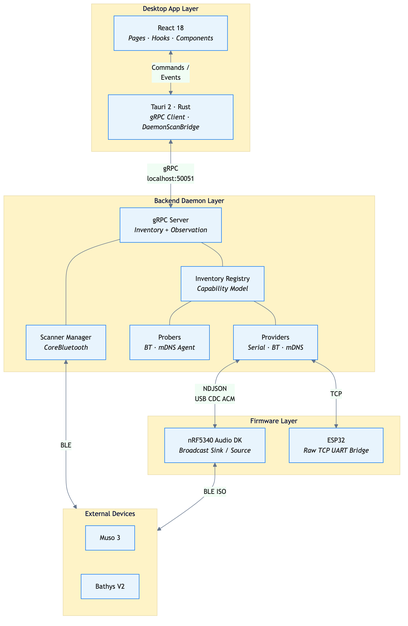
digimap2000/auracle keeps this Mermaid diagram as docs/diagrams/ARCH-1-layered-architecture.png. Above is the earlier version. Its source is kept beside it as docs/diagrams/ARCH-1-layered-architecture.mmd.
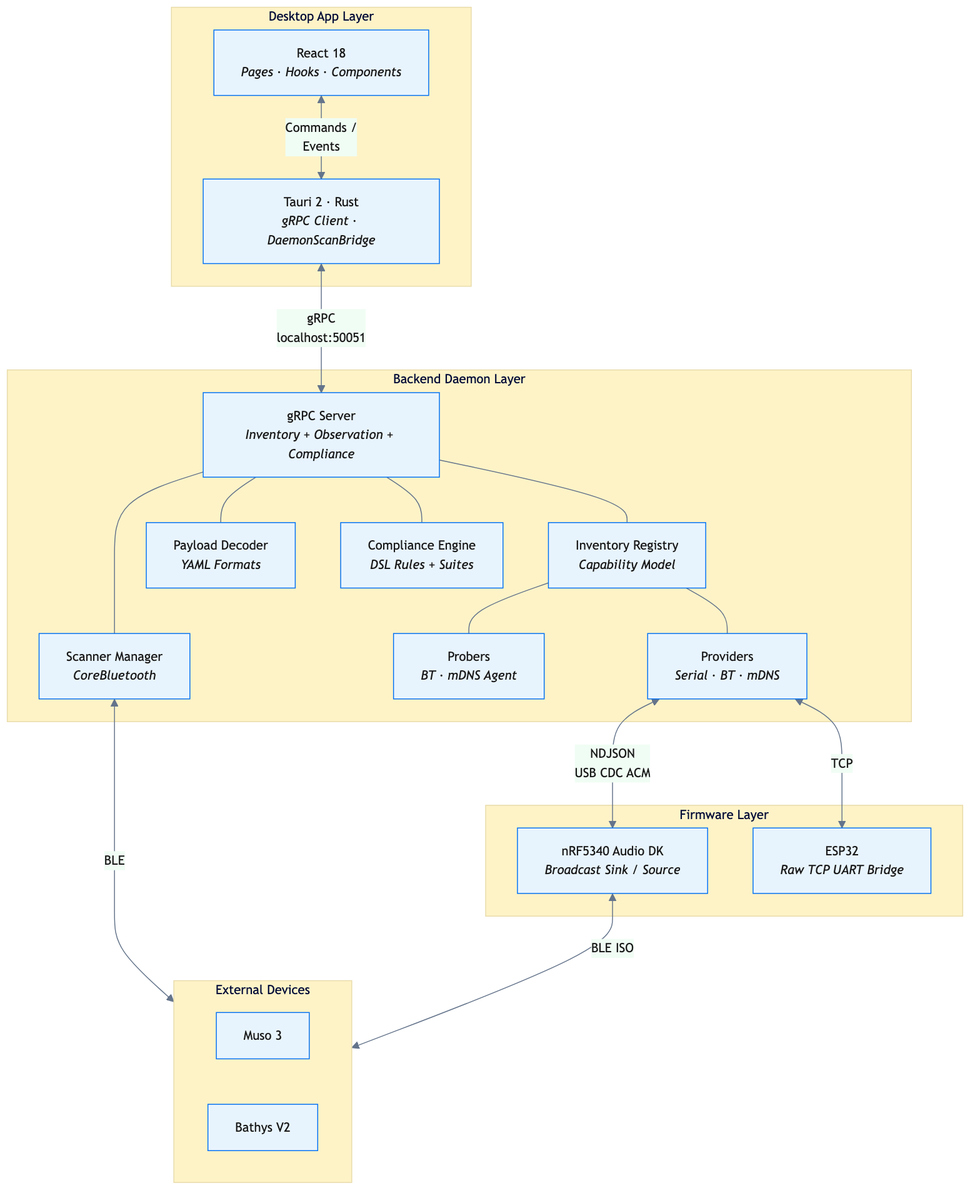
Later version of the same file.

Change to the diagram source:
```diff
@@ -9,13 +9,17 @@
 
     subgraph DaemonLayer["Backend Daemon Layer"]
         direction LR
-        gRPCServer["gRPC Server<br/><i>Inventory + Observation</i>"]
+        gRPCServer["gRPC Server<br/><i>Inventory + Observation + Compliance</i>"]
         Registry["Inventory Registry<br/><i>Capability Model</i>"]
         Providers["Providers<br/><i>Serial · BT · mDNS</i>"]
         Probers["Probers<br/><i>BT · mDNS Agent</i>"]
         ScanMgr["Scanner Manager<br/><i>CoreBluetooth</i>"]
+        Decoder["Payload Decoder<br/><i>YAML Formats</i>"]
+        Compliance["Compliance Engine<br/><i>DSL Rules + Suites</i>"]
         gRPCServer --- Registry
         gRPCServer --- ScanMgr
+        gRPCServer --- Decoder
+        gRPCServer --- Compliance
         Registry --- Providers
         Registry --- Probers
     end
```
